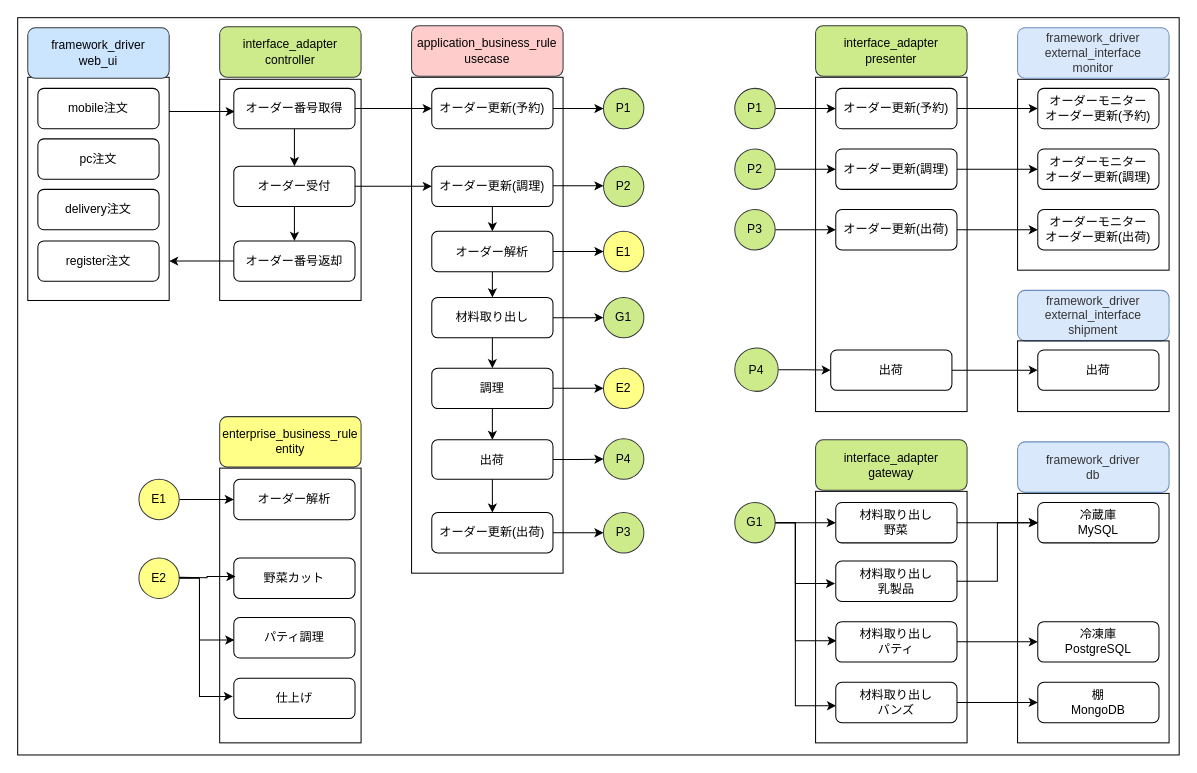
Above: backend/doc/image/orderflow.drawio in YujiYabe/go-mcr-srvc (draw.io), before the change. Source tidied: cells renumbered, new cells numbered last; positions are measured from the earlier drawing's top-left corner, leaving out a move shared by most shapes. Both pictures are drawn from the tidied source at 101%, with x=0, y=0 at pixel (17, 17).
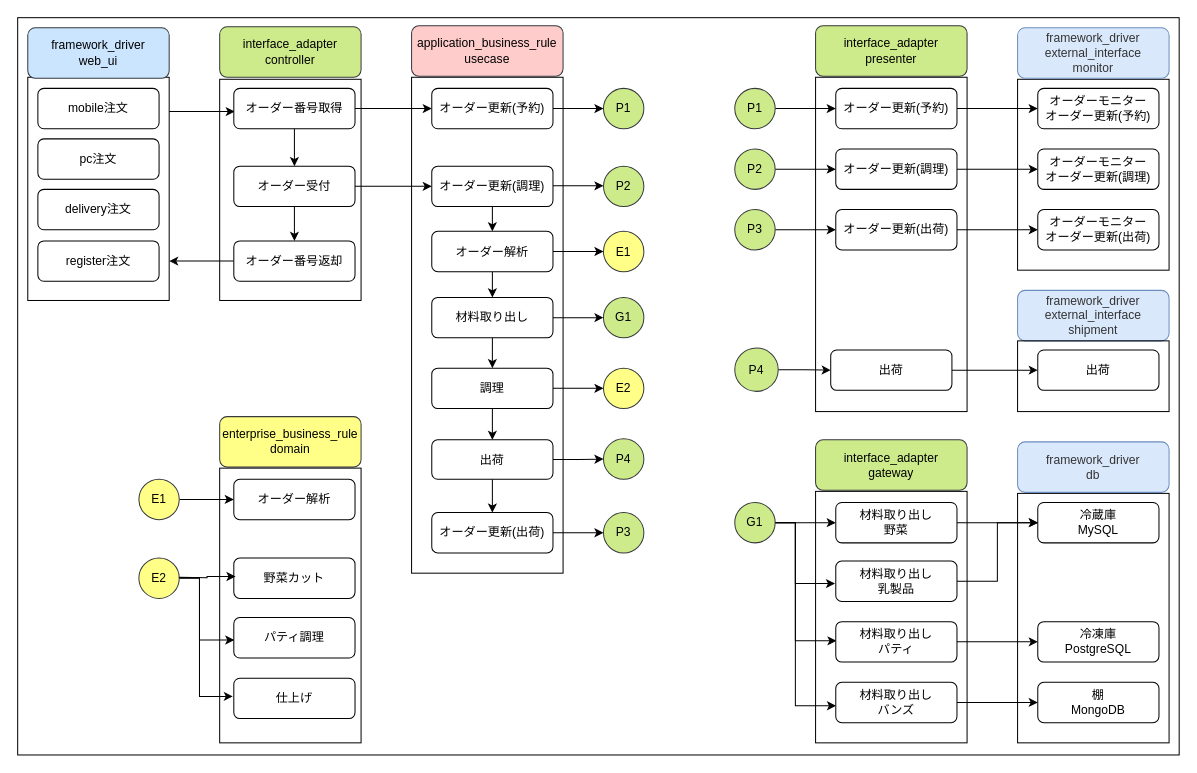
Above is the later version.

Change to the diagram source:
```diff
@@
-    <mxCell id="64" value="enterprise_business_rule&lt;br&gt;entity" style="rounded=1;whiteSpace=wrap;html=1;fillColor=#ffff88;strokeColor=#36393d;" parent="1" vertex="1">
+    <mxCell id="64" value="enterprise_business_rule&lt;br&gt;domain" style="rounded=1;whiteSpace=wrap;html=1;fillColor=#ffff88;strokeColor=#36393d;" parent="1" vertex="1">
       <mxGeometry x="200" y="395" width="140" height="50" as="geometry" />
     </mxCell>
```
